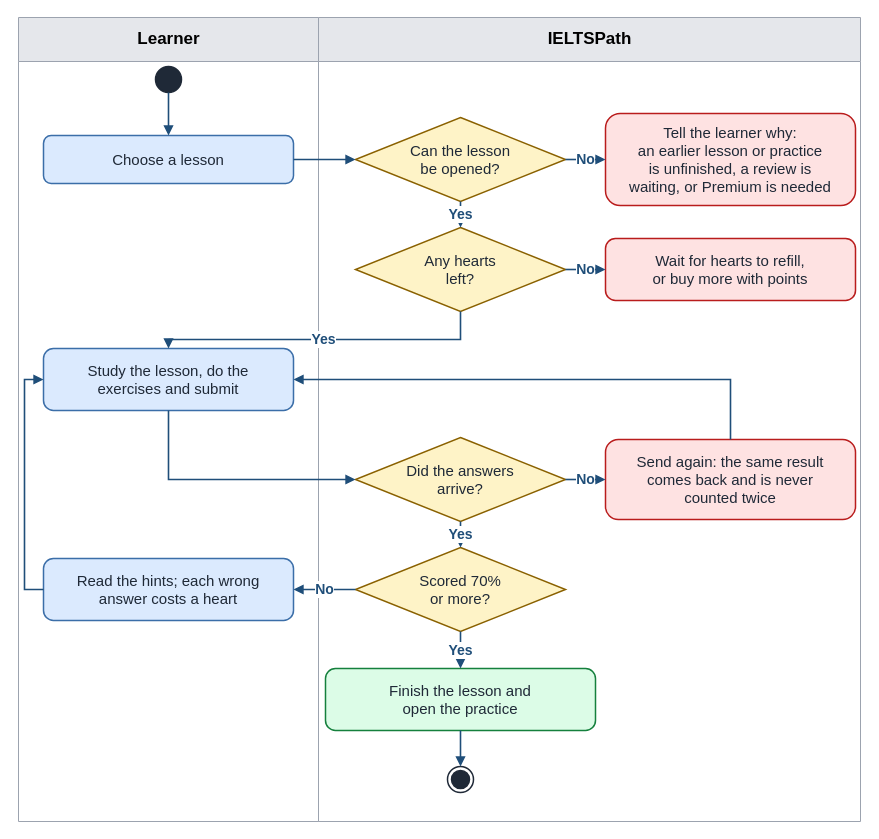
IeltsPath-Platform/backend keeps this draw.io diagram as docs/rp/diagrams/report-3/business-flows/bf-02a-study-lesson.drawio. Above is the earlier version. Source tidied: cells renumbered, new cells numbered last; positions are measured from the earlier drawing's top-left corner, leaving out a move shared by most shapes. Both pictures are drawn from the tidied source at 100%, with x=0, y=0 at pixel (18, 17).
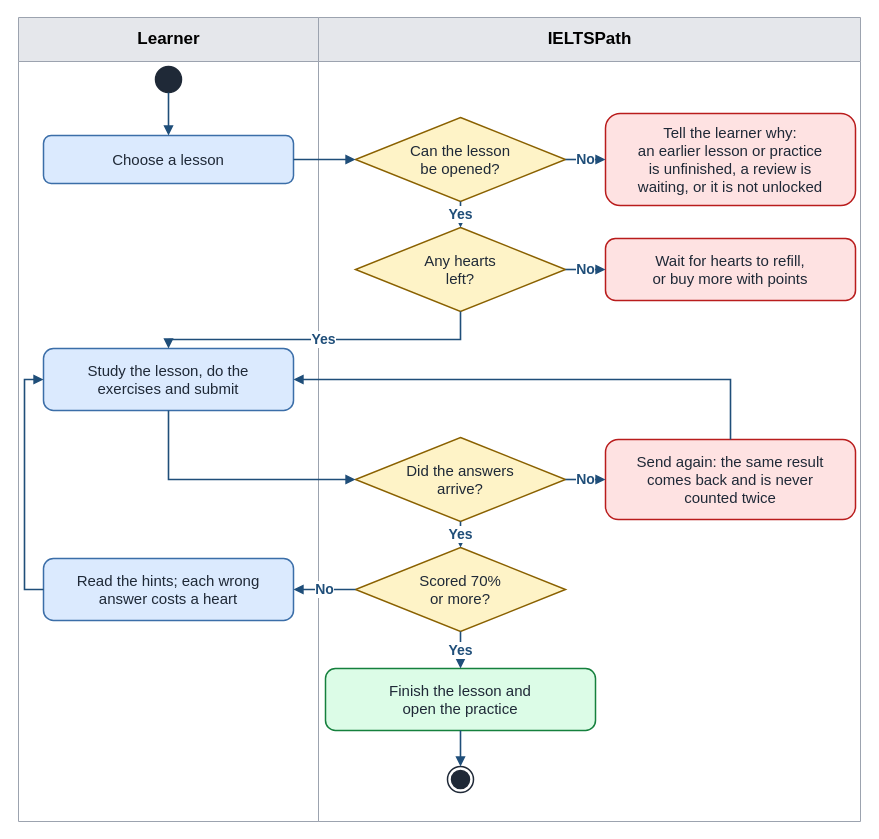
The same diagram, later.

The edit, as a diff of the source:
```diff
@@
-    <mxCell id="7" value="Tell the learner why:&lt;br&gt;an earlier lesson or practice&lt;br&gt;is unfinished, a review is&lt;br&gt;waiting, or Premium is needed" style="rounded=1;arcSize=16;whiteSpace=wrap;html=1;fillColor=#fee2e2;strokeColor=#b91c1c;strokeWidth=1.5;fontSize=15;fontColor=#1f2937;" parent="1" vertex="1">
+    <mxCell id="7" value="Tell the learner why:&lt;br&gt;an earlier lesson or practice&lt;br&gt;is unfinished, a review is&lt;br&gt;waiting, or it is not unlocked" style="rounded=1;arcSize=16;whiteSpace=wrap;html=1;fillColor=#fee2e2;strokeColor=#b91c1c;strokeWidth=1.5;fontSize=15;fontColor=#1f2937;" parent="1" vertex="1">
       <mxGeometry x="587" y="96" width="250" height="92" as="geometry" />
     </mxCell>
```
